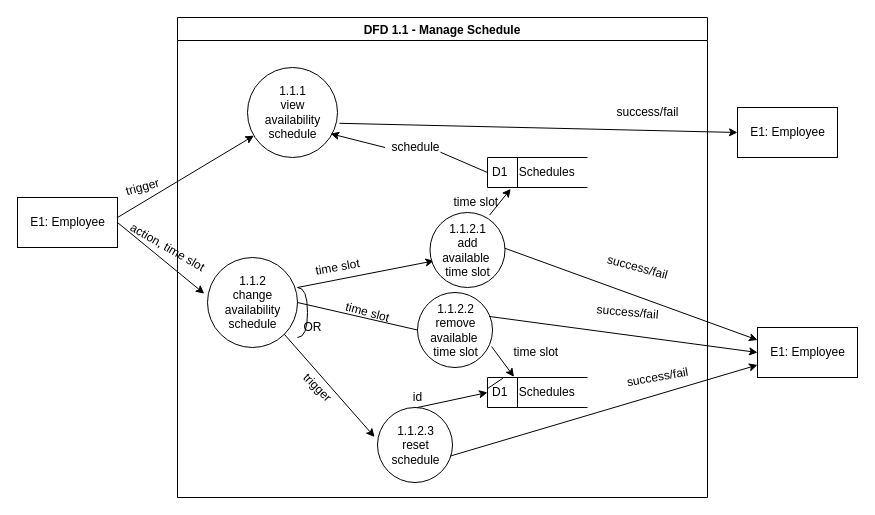
Above: page "DFD1.1" (2 of 6) of docs/DFD/DFD_Employees_Last.drawio in Naveavra/Market (draw.io), before the change. Source tidied: cells renumbered, new cells numbered last; positions are measured from the earlier drawing's top-left corner, leaving out a move shared by most shapes. Both pictures are drawn from the tidied source at 100%, with x=0, y=0 at pixel (17, 17).
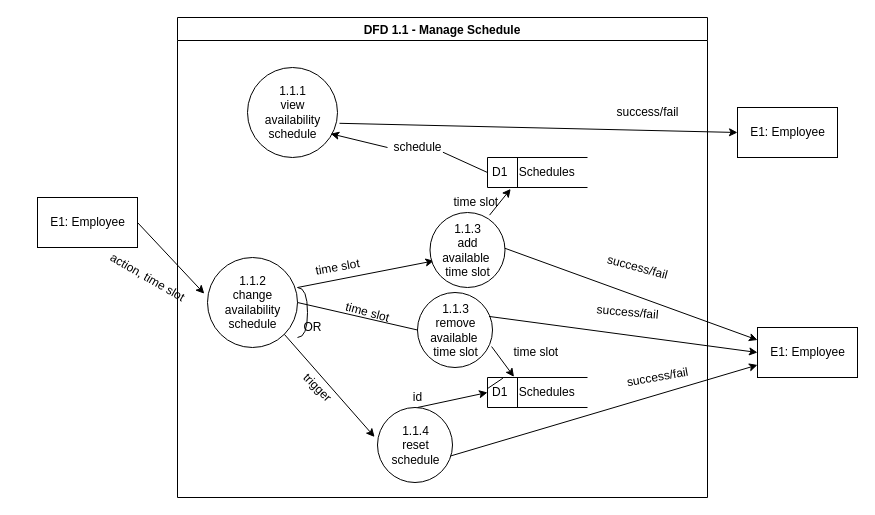
The same page after the edit.

Unchanged cells that the change refers to:
```xml
<mxCell id="2" value="DFD 1.1 - Manage Schedule" style="swimlane;" parent="1" vertex="1">
  <mxGeometry x="160" width="530" height="480" as="geometry" />
</mxCell>
<mxCell id="3" value="1.1.1&lt;br&gt;view&lt;br&gt;availability&lt;br&gt;schedule" style="shape=ellipse;html=1;dashed=0;whitespace=wrap;perimeter=ellipsePerimeter;" parent="2" vertex="1">
  <mxGeometry x="70" y="50" width="90" height="90" as="geometry" />
</mxCell>
```

What changed in the source:
```diff
@@
-    <mxCell id="12" value="1.1.2.1&lt;br&gt;add&lt;br&gt;available&amp;nbsp;&lt;br&gt;time slot" style="shape=ellipse;html=1;dashed=0;whitespace=wrap;perimeter=ellipsePerimeter;" parent="2" vertex="1">
+    <mxCell id="12" value="1.1.3&lt;br&gt;add&lt;br&gt;available&amp;nbsp;&lt;br&gt;time slot" style="shape=ellipse;html=1;dashed=0;whitespace=wrap;perimeter=ellipsePerimeter;" parent="2" vertex="1">
       <mxGeometry x="252.5" y="195" width="75" height="75" as="geometry" />
     </mxCell>
@@
-    <mxCell id="16" value="1.1.2.3&lt;br&gt;reset&lt;br&gt;schedule" style="shape=ellipse;html=1;dashed=0;whitespace=wrap;perimeter=ellipsePerimeter;" parent="2" vertex="1">
+    <mxCell id="16" value="1.1.4&lt;br&gt;reset&lt;br&gt;schedule" style="shape=ellipse;html=1;dashed=0;whitespace=wrap;perimeter=ellipsePerimeter;" parent="2" vertex="1">
       <mxGeometry x="200" y="390" width="75" height="75" as="geometry" />
     </mxCell>
@@
-    <mxCell id="22" value="1.1.2.2&lt;br&gt;remove&lt;br&gt;available&amp;nbsp;&lt;br&gt;time slot" style="shape=ellipse;html=1;dashed=0;whitespace=wrap;perimeter=ellipsePerimeter;" parent="2" vertex="1">
+    <mxCell id="22" value="1.1.3&lt;br&gt;remove&lt;br&gt;available&amp;nbsp;&lt;br&gt;time slot" style="shape=ellipse;html=1;dashed=0;whitespace=wrap;perimeter=ellipsePerimeter;" parent="2" vertex="1">
       <mxGeometry x="240" y="275" width="75" height="75" as="geometry" />
     </mxCell>
@@
     <mxCell id="24" value="schedule" style="text;html=1;align=center;verticalAlign=middle;points=[];strokeColor=none;fillColor=none;" parent="2" vertex="1">
-      <mxGeometry x="207.5" y="120" width="60" height="20" as="geometry" />
+      <mxGeometry x="210" y="120" width="60" height="20" as="geometry" />
     </mxCell>
@@
-    <mxCell id="31" value="action, time slot" style="text;html=1;align=center;verticalAlign=middle;strokeColor=none;fillColor=none;rotation=30;" parent="2" vertex="1">
-      <mxGeometry x="-60" y="220" width="100" height="20" as="geometry" />
-    </mxCell>
     <mxCell id="32" value="E1: Employee" style="html=1;dashed=0;whitespace=wrap;" parent="1" vertex="1">
-      <mxGeometry y="180" width="100" height="50" as="geometry" />
+      <mxGeometry x="20" y="180" width="100" height="50" as="geometry" />
     </mxCell>
-    <mxCell id="33" style="endArrow=classic;html=1;rounded=0;exitX=1;exitY=0.4;exitDx=0;exitDy=0;exitPerimeter=0;" parent="1" edge="1" source="32" target="3">
-      <mxGeometry relative="1" as="geometry" />
-    </mxCell>
@@
-    <mxCell id="40" value="trigger" style="text;html=1;align=center;verticalAlign=middle;strokeColor=none;fillColor=none;rotation=-15;" parent="1" vertex="1">
-      <mxGeometry x="100" y="160" width="50" height="20" as="geometry" />
-    </mxCell>
@@
+    <mxCell id="31" value="action, time slot" style="text;html=1;align=center;verticalAlign=middle;strokeColor=none;fillColor=none;rotation=30;" parent="1" vertex="1">
+      <mxGeometry x="80" y="250" width="100" height="20" as="geometry" />
+    </mxCell>
```
